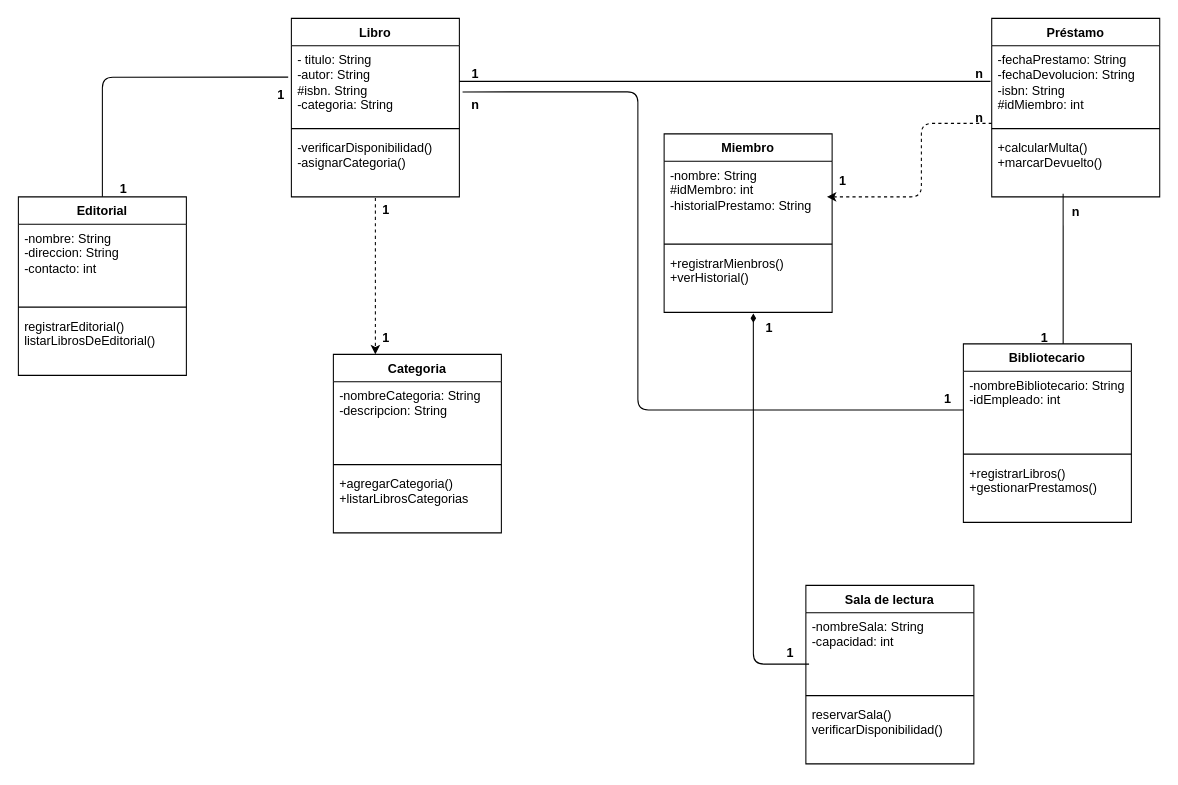
The draw.io diagram ut4/a1/Biblioteca_ETS.drawio in JulianGH19/ETS_DAM, before the edit. Source tidied: cells renumbered, new cells numbered last; positions are measured from the earlier drawing's top-left corner, leaving out a move shared by most shapes. Both pictures are drawn from the tidied source at 105%, with x=0, y=0 at pixel (18, 18).
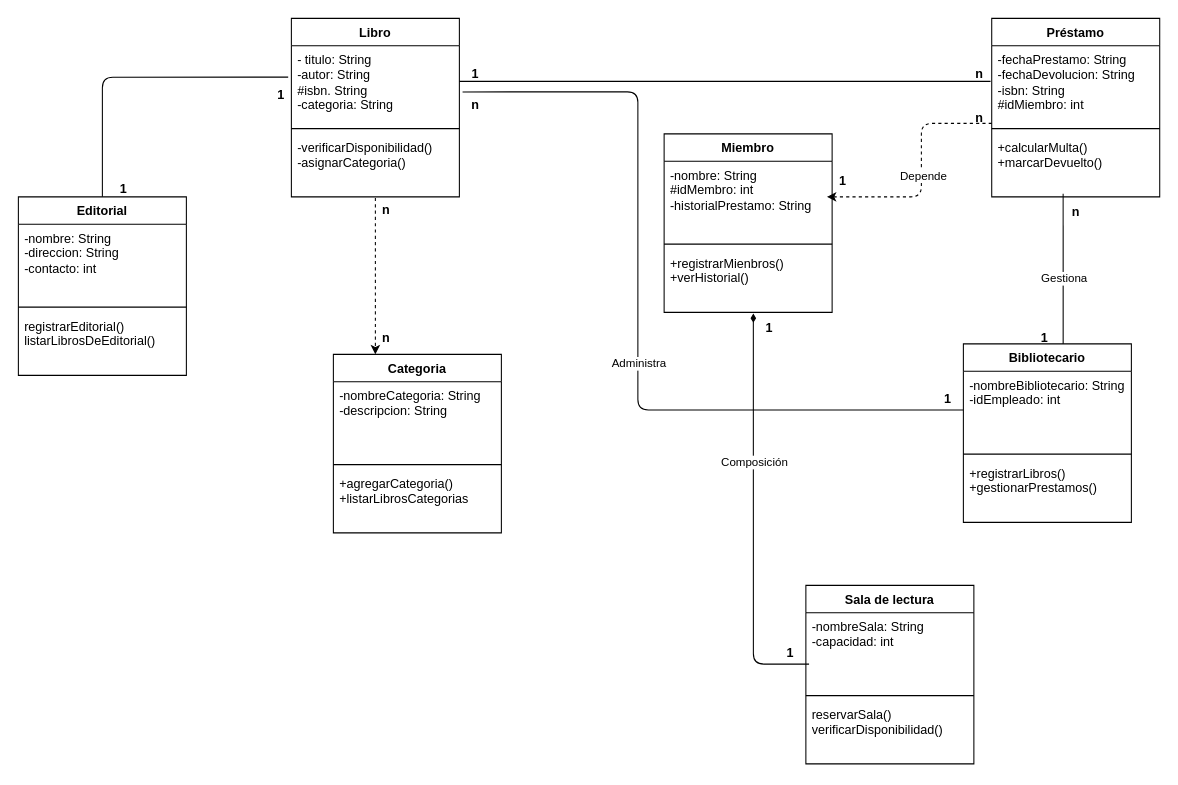
After the change.

Commit message:
ultimo diagrama de clases3

Unchanged cells that the change refers to:
```xml
<mxCell id="22" style="edgeStyle=none;html=1;exitX=0;exitY=1;exitDx=0;exitDy=0;endArrow=none;endFill=0;exitPerimeter=0;dashed=1;startArrow=classic;startFill=1;" parent="1" edge="1" source="27">
  <mxGeometry relative="1" as="geometry">
    <mxPoint x="927" y="100" as="targetPoint" />
    <Array as="points">
      <mxPoint x="860" y="170" />
      <mxPoint x="860" y="100" />
    </Array>
  </mxGeometry>
</mxCell>
<mxCell id="28" style="edgeStyle=none;html=1;exitX=0.594;exitY=0;exitDx=0;exitDy=0;entryX=0.425;entryY=0.95;entryDx=0;entryDy=0;entryPerimeter=0;endArrow=none;endFill=0;exitPerimeter=0;" parent="1" edge="1" source="14" target="13">
  <mxGeometry relative="1" as="geometry" />
</mxCell>
<mxCell id="31" style="edgeStyle=none;html=1;exitX=0;exitY=0.5;exitDx=0;exitDy=0;entryX=1.019;entryY=0.595;entryDx=0;entryDy=0;entryPerimeter=0;endArrow=none;endFill=0;" parent="1" edge="1" source="15" target="3">
  <mxGeometry relative="1" as="geometry">
    <Array as="points">
      <mxPoint x="590" y="373" />
      <mxPoint x="590" y="300" />
      <mxPoint x="590" y="120" />
      <mxPoint x="590" y="70" />
      <mxPoint x="510" y="70" />
    </Array>
  </mxGeometry>
</mxCell>
<mxCell id="48" style="edgeStyle=none;html=1;exitX=0.531;exitY=1.017;exitDx=0;exitDy=0;entryX=0.019;entryY=0.662;entryDx=0;entryDy=0;entryPerimeter=0;exitPerimeter=0;endArrow=none;endFill=0;startArrow=diamondThin;startFill=1;" parent="1" edge="1" source="9" target="42">
  <mxGeometry relative="1" as="geometry">
    <Array as="points">
      <mxPoint x="700" y="615" />
    </Array>
  </mxGeometry>
</mxCell>
```

The edit, as a diff of the source:
```diff
@@
+    <mxCell id="51" value="Depende" style="edgeLabel;html=1;align=center;verticalAlign=middle;" parent="22" vertex="1">
+      <mxGeometry x="-0.02" y="-1" relative="1" as="geometry" />
+    </mxCell>
@@
+    <mxCell id="52" value="Gestiona" style="edgeLabel;html=1;align=center;verticalAlign=middle;" parent="28" vertex="1">
+      <mxGeometry x="-0.12" relative="1" as="geometry" />
+    </mxCell>
@@
+    <mxCell id="53" value="Administra" style="edgeLabel;html=1;align=center;verticalAlign=middle;" parent="31" vertex="1">
+      <mxGeometry x="-0.09" relative="1" as="geometry" />
+    </mxCell>
@@
-    <mxCell id="33" value="&lt;b&gt;1&lt;/b&gt;" style="text;html=1;align=center;verticalAlign=middle;strokeColor=none;fillColor=none;" parent="1" vertex="1">
+    <mxCell id="33" value="&lt;b&gt;n&lt;/b&gt;" style="text;html=1;align=center;verticalAlign=middle;strokeColor=none;fillColor=none;" parent="1" vertex="1">
       <mxGeometry x="335" y="168" width="30" height="30" as="geometry" />
     </mxCell>
-    <mxCell id="34" value="&lt;b&gt;1&lt;/b&gt;" style="text;html=1;align=center;verticalAlign=middle;strokeColor=none;fillColor=none;" parent="1" vertex="1">
+    <mxCell id="34" value="&lt;b&gt;n&lt;/b&gt;" style="text;html=1;align=center;verticalAlign=middle;strokeColor=none;fillColor=none;" parent="1" vertex="1">
       <mxGeometry x="335" y="290" width="30" height="30" as="geometry" />
     </mxCell>
@@
+    <mxCell id="54" value="Composición" style="edgeLabel;html=1;align=center;verticalAlign=middle;" parent="48" vertex="1">
+      <mxGeometry x="-0.27" y="1" relative="1" as="geometry" />
+    </mxCell>
```
